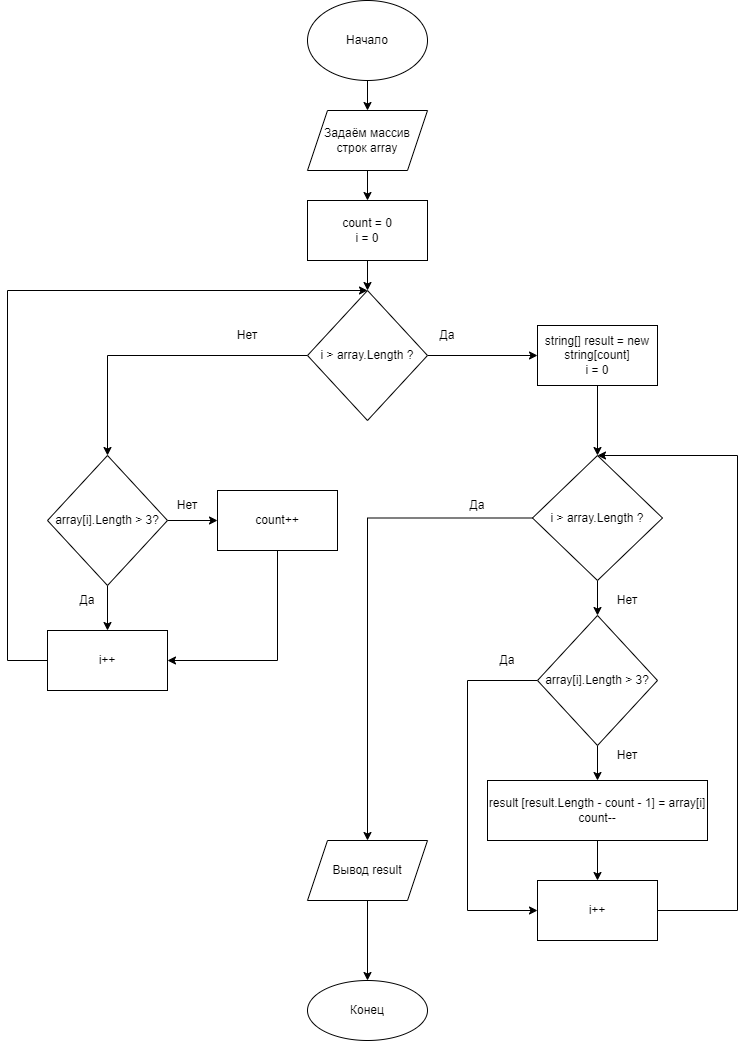
The draw.io diagram Блок-схема решения итоговой задачи.png in maverick132/FinalWorkGB, before a commit. Source tidied: cells renumbered, new cells last; positions are measured from the earlier drawing's top-left corner, leaving out a move shared by most shapes. The source it was exported from:
```xml
<mxGraphModel>
  <root>
    <mxCell id="0" />
    <mxCell id="1" parent="0" />
    <mxCell id="2" style="edgeStyle=orthogonalEdgeStyle;rounded=0;jettySize=auto;html=1;" parent="1" edge="1" source="3" target="5">
      <mxGeometry relative="1" as="geometry" />
    </mxCell>
    <mxCell id="3" value="Начало" style="ellipse;whiteSpace=wrap;html=1;" parent="1" vertex="1">
      <mxGeometry x="300" width="120" height="80" as="geometry" />
    </mxCell>
    <mxCell id="4" style="edgeStyle=orthogonalEdgeStyle;rounded=0;jettySize=auto;html=1;" parent="1" edge="1" source="5" target="10">
      <mxGeometry relative="1" as="geometry" />
    </mxCell>
    <mxCell id="5" value="Задаём массив строк array" style="shape=parallelogram;perimeter=parallelogramPerimeter;whiteSpace=wrap;html=1;fixedSize=1;" parent="1" vertex="1">
      <mxGeometry x="300" y="110" width="120" height="60" as="geometry" />
    </mxCell>
    <mxCell id="6" style="edgeStyle=orthogonalEdgeStyle;rounded=0;jettySize=auto;html=1;" parent="1" edge="1" source="8" target="22">
      <mxGeometry relative="1" as="geometry" />
    </mxCell>
    <mxCell id="7" style="edgeStyle=orthogonalEdgeStyle;rounded=0;jettySize=auto;html=1;exitX=0;exitY=0.5;exitDx=0;exitDy=0;entryX=0.5;entryY=0;entryDx=0;entryDy=0;" parent="1" edge="1" source="8" target="14">
      <mxGeometry relative="1" as="geometry" />
    </mxCell>
    <mxCell id="8" value="i &amp;gt; array.Length ?" style="rhombus;whiteSpace=wrap;html=1;" parent="1" vertex="1">
      <mxGeometry x="300" y="290" width="120" height="130" as="geometry" />
    </mxCell>
    <mxCell id="9" style="edgeStyle=orthogonalEdgeStyle;rounded=0;jettySize=auto;html=1;" parent="1" edge="1" source="10" target="8">
      <mxGeometry relative="1" as="geometry" />
    </mxCell>
    <mxCell id="10" value="count = 0&lt;br&gt;i = 0" style="rounded=0;whiteSpace=wrap;html=1;" parent="1" vertex="1">
      <mxGeometry x="300" y="200" width="120" height="60" as="geometry" />
    </mxCell>
    <mxCell id="11" value="Нет" style="text;html=1;strokeColor=none;fillColor=none;align=center;verticalAlign=middle;whiteSpace=wrap;rounded=0;" parent="1" vertex="1">
      <mxGeometry x="210" y="320" width="60" height="30" as="geometry" />
    </mxCell>
    <mxCell id="12" style="edgeStyle=orthogonalEdgeStyle;rounded=0;jettySize=auto;html=1;entryX=0;entryY=0.5;entryDx=0;entryDy=0;" parent="1" edge="1" source="14" target="16">
      <mxGeometry relative="1" as="geometry" />
    </mxCell>
    <mxCell id="13" style="edgeStyle=orthogonalEdgeStyle;rounded=0;jettySize=auto;html=1;exitX=0.5;exitY=1;exitDx=0;exitDy=0;" parent="1" edge="1" source="14" target="27">
      <mxGeometry relative="1" as="geometry" />
    </mxCell>
    <mxCell id="14" value="array[i].Length &amp;gt; 3?" style="rhombus;whiteSpace=wrap;html=1;" parent="1" vertex="1">
      <mxGeometry x="40" y="455" width="120" height="130" as="geometry" />
    </mxCell>
    <mxCell id="15" style="edgeStyle=orthogonalEdgeStyle;rounded=0;jettySize=auto;html=1;exitX=0.5;exitY=1;exitDx=0;exitDy=0;entryX=1;entryY=0.5;entryDx=0;entryDy=0;" parent="1" edge="1" source="16" target="27">
      <mxGeometry relative="1" as="geometry" />
    </mxCell>
    <mxCell id="16" value="count++" style="whiteSpace=wrap;html=1;" parent="1" vertex="1">
      <mxGeometry x="210" y="490" width="120" height="60" as="geometry" />
    </mxCell>
    <mxCell id="17" value="Нет" style="text;html=1;strokeColor=none;fillColor=none;align=center;verticalAlign=middle;whiteSpace=wrap;rounded=0;" parent="1" vertex="1">
      <mxGeometry x="150" y="490" width="60" height="30" as="geometry" />
    </mxCell>
    <mxCell id="18" style="edgeStyle=orthogonalEdgeStyle;rounded=0;jettySize=auto;html=1;" parent="1" edge="1" source="19" target="20">
      <mxGeometry relative="1" as="geometry" />
    </mxCell>
    <mxCell id="19" value="Вывод result" style="shape=parallelogram;perimeter=parallelogramPerimeter;whiteSpace=wrap;html=1;fixedSize=1;" parent="1" vertex="1">
      <mxGeometry x="300" y="840" width="120" height="60" as="geometry" />
    </mxCell>
    <mxCell id="20" value="Конец" style="ellipse;whiteSpace=wrap;html=1;" parent="1" vertex="1">
      <mxGeometry x="300" y="980" width="120" height="60" as="geometry" />
    </mxCell>
    <mxCell id="21" style="edgeStyle=orthogonalEdgeStyle;rounded=0;jettySize=auto;html=1;" parent="1" edge="1" source="22" target="25">
      <mxGeometry relative="1" as="geometry" />
    </mxCell>
    <mxCell id="22" value="string[] result = new string[count]&lt;br&gt;i = 0" style="whiteSpace=wrap;html=1;" parent="1" vertex="1">
      <mxGeometry x="530" y="325" width="120" height="60" as="geometry" />
    </mxCell>
    <mxCell id="23" style="edgeStyle=orthogonalEdgeStyle;rounded=0;jettySize=auto;html=1;" parent="1" edge="1" source="25" target="19">
      <mxGeometry relative="1" as="geometry" />
    </mxCell>
    <mxCell id="24" style="edgeStyle=orthogonalEdgeStyle;rounded=0;jettySize=auto;html=1;exitX=0.5;exitY=1;exitDx=0;exitDy=0;" parent="1" edge="1" source="25" target="33">
      <mxGeometry relative="1" as="geometry" />
    </mxCell>
    <mxCell id="25" value="&lt;span&gt;i &amp;gt; array.Length ?&lt;/span&gt;" style="rhombus;whiteSpace=wrap;html=1;" parent="1" vertex="1">
      <mxGeometry x="525" y="455" width="130" height="125" as="geometry" />
    </mxCell>
    <mxCell id="26" style="edgeStyle=orthogonalEdgeStyle;rounded=0;jettySize=auto;html=1;entryX=0.5;entryY=0;entryDx=0;entryDy=0;" parent="1" edge="1" source="27" target="8">
      <mxGeometry relative="1" as="geometry">
        <Array as="points">
          <mxPoint y="660" />
          <mxPoint y="290" />
        </Array>
      </mxGeometry>
    </mxCell>
    <mxCell id="27" value="i++" style="whiteSpace=wrap;html=1;" parent="1" vertex="1">
      <mxGeometry x="40" y="630" width="120" height="60" as="geometry" />
    </mxCell>
    <mxCell id="28" value="Да" style="text;html=1;strokeColor=none;fillColor=none;align=center;verticalAlign=middle;whiteSpace=wrap;rounded=0;" parent="1" vertex="1">
      <mxGeometry x="50" y="585" width="60" height="30" as="geometry" />
    </mxCell>
    <mxCell id="29" value="Да" style="text;html=1;strokeColor=none;fillColor=none;align=center;verticalAlign=middle;whiteSpace=wrap;rounded=0;" parent="1" vertex="1">
      <mxGeometry x="410" y="320" width="60" height="30" as="geometry" />
    </mxCell>
    <mxCell id="30" value="Да" style="text;html=1;strokeColor=none;fillColor=none;align=center;verticalAlign=middle;whiteSpace=wrap;rounded=0;" parent="1" vertex="1">
      <mxGeometry x="440" y="490" width="60" height="30" as="geometry" />
    </mxCell>
    <mxCell id="31" style="edgeStyle=orthogonalEdgeStyle;rounded=0;jettySize=auto;html=1;entryX=0.5;entryY=0;entryDx=0;entryDy=0;" parent="1" edge="1" source="33" target="35">
      <mxGeometry relative="1" as="geometry" />
    </mxCell>
    <mxCell id="32" style="edgeStyle=orthogonalEdgeStyle;rounded=0;jettySize=auto;html=1;entryX=0;entryY=0.5;entryDx=0;entryDy=0;" parent="1" edge="1" source="33" target="38">
      <mxGeometry relative="1" as="geometry">
        <Array as="points">
          <mxPoint x="460" y="680" />
          <mxPoint x="460" y="910" />
        </Array>
      </mxGeometry>
    </mxCell>
    <mxCell id="33" value="array[i].Length &amp;gt; 3?" style="rhombus;whiteSpace=wrap;html=1;" parent="1" vertex="1">
      <mxGeometry x="530" y="615" width="120" height="130" as="geometry" />
    </mxCell>
    <mxCell id="34" style="edgeStyle=orthogonalEdgeStyle;rounded=0;jettySize=auto;html=1;exitX=0.5;exitY=1;exitDx=0;exitDy=0;entryX=0.5;entryY=0;entryDx=0;entryDy=0;" parent="1" edge="1" source="35" target="38">
      <mxGeometry relative="1" as="geometry" />
    </mxCell>
    <mxCell id="35" value="result [result.Length - count - 1] = array[i]&lt;br&gt;count--" style="whiteSpace=wrap;html=1;" parent="1" vertex="1">
      <mxGeometry x="480" y="780" width="220" height="60" as="geometry" />
    </mxCell>
    <mxCell id="36" value="Нет" style="text;html=1;strokeColor=none;fillColor=none;align=center;verticalAlign=middle;whiteSpace=wrap;rounded=0;" parent="1" vertex="1">
      <mxGeometry x="590" y="585" width="60" height="30" as="geometry" />
    </mxCell>
    <mxCell id="37" style="edgeStyle=orthogonalEdgeStyle;rounded=0;jettySize=auto;html=1;exitX=1;exitY=0.5;exitDx=0;exitDy=0;entryX=0.5;entryY=0;entryDx=0;entryDy=0;" parent="1" edge="1" source="38" target="25">
      <mxGeometry relative="1" as="geometry">
        <Array as="points">
          <mxPoint x="730" y="910" />
          <mxPoint x="730" y="455" />
        </Array>
      </mxGeometry>
    </mxCell>
    <mxCell id="38" value="i++" style="whiteSpace=wrap;html=1;" parent="1" vertex="1">
      <mxGeometry x="530" y="880" width="120" height="60" as="geometry" />
    </mxCell>
    <mxCell id="39" value="Нет" style="text;html=1;strokeColor=none;fillColor=none;align=center;verticalAlign=middle;whiteSpace=wrap;rounded=0;" parent="1" vertex="1">
      <mxGeometry x="590" y="740" width="60" height="30" as="geometry" />
    </mxCell>
    <mxCell id="40" value="Да" style="text;html=1;strokeColor=none;fillColor=none;align=center;verticalAlign=middle;whiteSpace=wrap;rounded=0;" parent="1" vertex="1">
      <mxGeometry x="470" y="645" width="60" height="30" as="geometry" />
    </mxCell>
  </root>
</mxGraphModel>
```
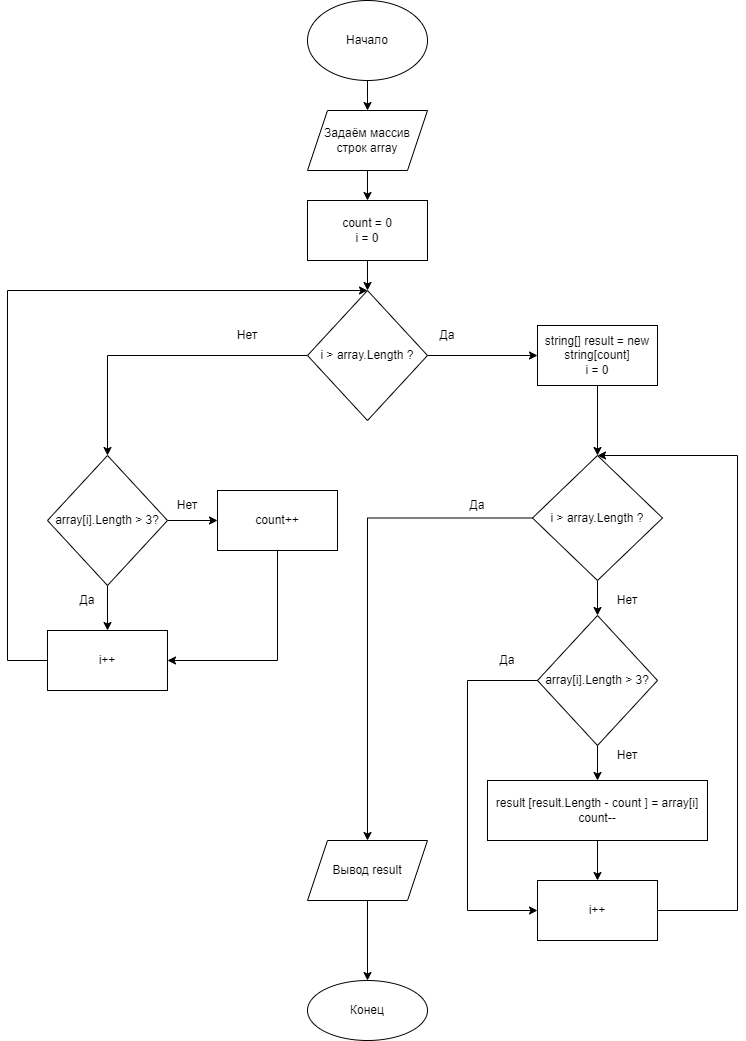
The same file after the commit.

Commit message:
Diagram algorithm update

Diff of the diagram source:
```diff
@@ -111,7 +111,7 @@
     <mxCell id="34" style="edgeStyle=orthogonalEdgeStyle;rounded=0;jettySize=auto;html=1;exitX=0.5;exitY=1;exitDx=0;exitDy=0;entryX=0.5;entryY=0;entryDx=0;entryDy=0;" parent="1" edge="1" source="35" target="38">
       <mxGeometry relative="1" as="geometry" />
     </mxCell>
-    <mxCell id="35" value="result [result.Length - count - 1] = array[i]&lt;br&gt;count--" style="whiteSpace=wrap;html=1;" parent="1" vertex="1">
+    <mxCell id="35" value="result [result.Length - count ] = array[i]&lt;br&gt;count--" style="whiteSpace=wrap;html=1;" parent="1" vertex="1">
       <mxGeometry x="480" y="780" width="220" height="60" as="geometry" />
     </mxCell>
     <mxCell id="36" value="Нет" style="text;html=1;strokeColor=none;fillColor=none;align=center;verticalAlign=middle;whiteSpace=wrap;rounded=0;" parent="1" vertex="1">
```
